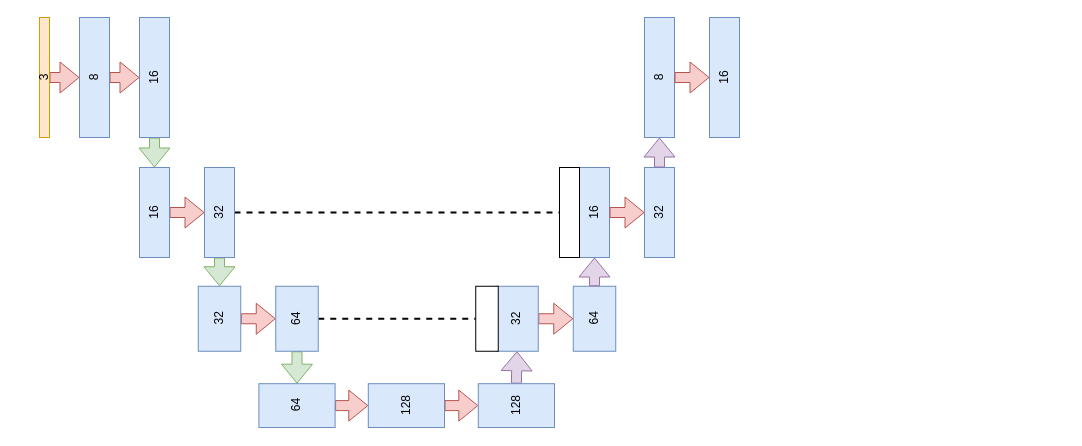
Earlier version of the draw.io diagram oyvin_code/Model.drawio (oyvinkm/Biomedical_Image_Segmentation). Source tidied: cells renumbered, new cells numbered last; positions are measured from the earlier drawing's top-left corner, leaving out a move shared by most shapes. Both pictures are drawn from the tidied source at 100%, with x=0, y=0 at pixel (-16, 62).
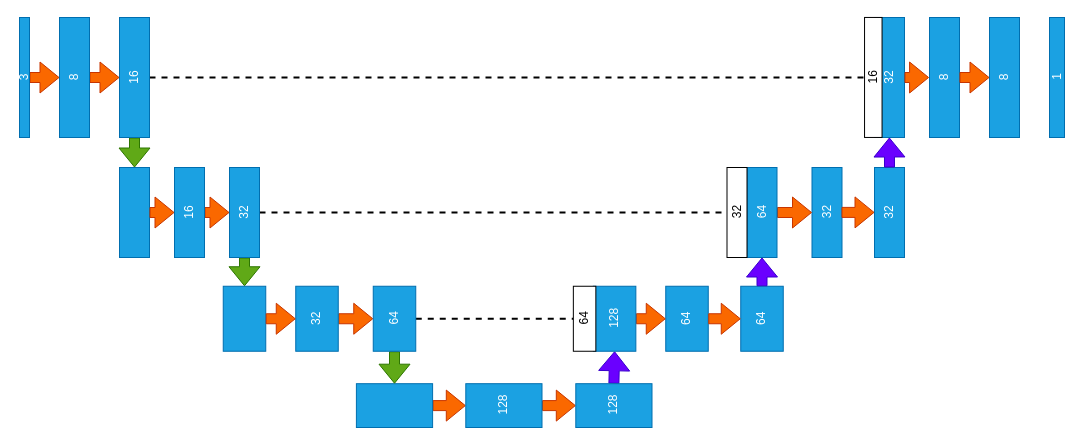
The same page after the edit.

Diff of the diagram source:
```diff
@@
-    <mxCell id="2" style="edgeStyle=orthogonalEdgeStyle;shape=flexArrow;rounded=0;jettySize=auto;html=1;exitX=0.5;exitY=1;exitDx=0;exitDy=0;entryX=0.5;entryY=0;entryDx=0;entryDy=0;fillColor=#f8cecc;strokeColor=#b85450;" parent="1" edge="1" source="3" target="5">
+    <mxCell id="2" style="edgeStyle=orthogonalEdgeStyle;shape=flexArrow;rounded=0;jettySize=auto;html=1;exitX=0.5;exitY=1;exitDx=0;exitDy=0;entryX=0.5;entryY=0;entryDx=0;entryDy=0;fillColor=#fa6800;strokeColor=#C73500;" parent="1" edge="1" source="3" target="5">
       <mxGeometry relative="1" as="geometry" />
     </mxCell>
-    <mxCell id="3" value="3" style="rounded=0;whiteSpace=wrap;html=1;rotation=-90;fillColor=#ffe6cc;strokeColor=#d79b00;" parent="1" vertex="1">
-      <mxGeometry y="10" width="120" height="10" as="geometry" />
+    <mxCell id="3" value="3" style="rounded=0;whiteSpace=wrap;html=1;rotation=-90;fillColor=#1ba1e2;strokeColor=#006EAF;fontColor=#ffffff;" parent="1" vertex="1">
+      <mxGeometry x="-20" y="10" width="120" height="10" as="geometry" />
     </mxCell>
-    <mxCell id="4" style="edgeStyle=orthogonalEdgeStyle;shape=flexArrow;rounded=0;jettySize=auto;html=1;exitX=0.5;exitY=1;exitDx=0;exitDy=0;entryX=0.5;entryY=0;entryDx=0;entryDy=0;fillColor=#f8cecc;strokeColor=#b85450;" parent="1" edge="1" source="5" target="7">
+    <mxCell id="4" style="edgeStyle=orthogonalEdgeStyle;shape=flexArrow;rounded=0;jettySize=auto;html=1;exitX=0.5;exitY=1;exitDx=0;exitDy=0;entryX=0.5;entryY=0;entryDx=0;entryDy=0;fillColor=#fa6800;strokeColor=#C73500;" parent="1" edge="1" source="5" target="7">
       <mxGeometry relative="1" as="geometry" />
     </mxCell>
-    <mxCell id="5" value="8" style="rounded=0;whiteSpace=wrap;html=1;rotation=-90;fillColor=#dae8fc;strokeColor=#6c8ebf;" parent="1" vertex="1">
-      <mxGeometry x="50" width="120" height="30" as="geometry" />
+    <mxCell id="5" value="8" style="rounded=0;whiteSpace=wrap;html=1;rotation=-90;fillColor=#1ba1e2;strokeColor=#006EAF;fontColor=#ffffff;" parent="1" vertex="1">
+      <mxGeometry x="30" width="120" height="30" as="geometry" />
     </mxCell>
-    <mxCell id="6" style="edgeStyle=orthogonalEdgeStyle;shape=flexArrow;rounded=0;jettySize=auto;html=1;exitX=0;exitY=0.5;exitDx=0;exitDy=0;entryX=1;entryY=0.5;entryDx=0;entryDy=0;fillColor=#d5e8d4;strokeColor=#82b366;" parent="1" edge="1" source="7" target="9">
+    <mxCell id="6" style="edgeStyle=orthogonalEdgeStyle;shape=flexArrow;rounded=0;jettySize=auto;html=1;exitX=0;exitY=0.5;exitDx=0;exitDy=0;fillColor=#60a917;strokeColor=#2D7600;entryX=1;entryY=0.5;entryDx=0;entryDy=0;" parent="1" edge="1" source="7" target="41">
       <mxGeometry relative="1" as="geometry" />
     </mxCell>
+    <mxCell id="37" style="edgeStyle=orthogonalEdgeStyle;rounded=0;jettySize=auto;html=1;exitX=0.5;exitY=1;exitDx=0;exitDy=0;entryX=0.5;entryY=0;entryDx=0;entryDy=0;dashed=1;endArrow=none;endFill=0;strokeColor=default;strokeWidth=2;" parent="1" edge="1" source="7" target="33">
+      <mxGeometry relative="1" as="geometry" />
+    </mxCell>
-    <mxCell id="7" value="16" style="rounded=0;whiteSpace=wrap;html=1;rotation=-90;fillColor=#dae8fc;strokeColor=#6c8ebf;" parent="1" vertex="1">
-      <mxGeometry x="110" width="120" height="30" as="geometry" />
+    <mxCell id="7" value="16" style="rounded=0;whiteSpace=wrap;html=1;rotation=-90;fillColor=#1ba1e2;strokeColor=#006EAF;fontColor=#ffffff;" parent="1" vertex="1">
+      <mxGeometry x="90" width="120" height="30" as="geometry" />
     </mxCell>
-    <mxCell id="8" style="edgeStyle=orthogonalEdgeStyle;shape=flexArrow;rounded=0;jettySize=auto;html=1;exitX=0.5;exitY=1;exitDx=0;exitDy=0;entryX=0.5;entryY=0;entryDx=0;entryDy=0;fillColor=#f8cecc;strokeColor=#b85450;" parent="1" edge="1" source="9" target="14">
+    <mxCell id="8" style="edgeStyle=orthogonalEdgeStyle;shape=flexArrow;rounded=0;jettySize=auto;html=1;exitX=0.5;exitY=1;exitDx=0;exitDy=0;entryX=0.5;entryY=0;entryDx=0;entryDy=0;fillColor=#fa6800;strokeColor=#C73500;" parent="1" edge="1" source="9" target="14">
       <mxGeometry relative="1" as="geometry" />
     </mxCell>
-    <mxCell id="9" value="16" style="rounded=0;whiteSpace=wrap;html=1;rotation=-90;fillColor=#dae8fc;strokeColor=#6c8ebf;" parent="1" vertex="1">
-      <mxGeometry x="125" y="135" width="90" height="30" as="geometry" />
+    <mxCell id="9" value="16" style="rounded=0;whiteSpace=wrap;html=1;rotation=-90;fillColor=#1ba1e2;strokeColor=#006EAF;fontColor=#ffffff;" parent="1" vertex="1">
+      <mxGeometry x="160" y="135" width="90" height="30" as="geometry" />
     </mxCell>
-    <mxCell id="10" style="edgeStyle=orthogonalEdgeStyle;shape=flexArrow;rounded=0;jettySize=auto;html=1;exitX=0.5;exitY=1;exitDx=0;exitDy=0;entryX=0.5;entryY=0;entryDx=0;entryDy=0;fillColor=#f8cecc;strokeColor=#b85450;" parent="1" edge="1" source="11" target="19">
+    <mxCell id="10" style="edgeStyle=orthogonalEdgeStyle;shape=flexArrow;rounded=0;jettySize=auto;html=1;exitX=0.5;exitY=1;exitDx=0;exitDy=0;entryX=0.5;entryY=0;entryDx=0;entryDy=0;fillColor=#fa6800;strokeColor=#C73500;" parent="1" edge="1" source="11" target="19">
       <mxGeometry relative="1" as="geometry" />
     </mxCell>
-    <mxCell id="11" value="32" style="rounded=0;whiteSpace=wrap;html=1;rotation=-90;fillColor=#dae8fc;strokeColor=#6c8ebf;" parent="1" vertex="1">
-      <mxGeometry x="202.5" y="235" width="65" height="42.5" as="geometry" />
+    <mxCell id="11" value="32" style="rounded=0;whiteSpace=wrap;html=1;rotation=-90;fillColor=#1ba1e2;strokeColor=#006EAF;fontColor=#ffffff;" parent="1" vertex="1">
+      <mxGeometry x="300" y="235" width="65" height="42.5" as="geometry" />
     </mxCell>
-    <mxCell id="12" style="edgeStyle=orthogonalEdgeStyle;shape=flexArrow;rounded=0;jettySize=auto;html=1;exitX=0;exitY=0.5;exitDx=0;exitDy=0;entryX=1;entryY=0.5;entryDx=0;entryDy=0;fillColor=#d5e8d4;strokeColor=#82b366;" parent="1" edge="1" source="14" target="11">
+    <mxCell id="12" style="edgeStyle=orthogonalEdgeStyle;shape=flexArrow;rounded=0;jettySize=auto;html=1;exitX=0;exitY=0.5;exitDx=0;exitDy=0;fillColor=#60a917;strokeColor=#2D7600;entryX=1;entryY=0.5;entryDx=0;entryDy=0;" parent="1" edge="1" source="14" target="43">
       <mxGeometry relative="1" as="geometry" />
     </mxCell>
@@
-    <mxCell id="14" value="32" style="rounded=0;whiteSpace=wrap;html=1;rotation=-90;fillColor=#dae8fc;strokeColor=#6c8ebf;" parent="1" vertex="1">
-      <mxGeometry x="190" y="135" width="90" height="30" as="geometry" />
+    <mxCell id="14" value="32" style="rounded=0;whiteSpace=wrap;html=1;rotation=-90;fillColor=#1ba1e2;strokeColor=#006EAF;fontColor=#ffffff;" parent="1" vertex="1">
+      <mxGeometry x="215" y="135" width="90" height="30" as="geometry" />
     </mxCell>
-    <mxCell id="15" style="edgeStyle=orthogonalEdgeStyle;shape=flexArrow;rounded=0;jettySize=auto;html=1;exitX=0.5;exitY=1;exitDx=0;exitDy=0;entryX=0.5;entryY=0;entryDx=0;entryDy=0;fillColor=#f8cecc;strokeColor=#b85450;" parent="1" edge="1" source="16" target="21">
+    <mxCell id="15" style="edgeStyle=orthogonalEdgeStyle;shape=flexArrow;rounded=0;jettySize=auto;html=1;exitX=0.5;exitY=1;exitDx=0;exitDy=0;entryX=0.5;entryY=0;entryDx=0;entryDy=0;fillColor=#fa6800;strokeColor=#C73500;" parent="1" edge="1" source="16" target="21">
       <mxGeometry relative="1" as="geometry" />
     </mxCell>
-    <mxCell id="16" value="64" style="rounded=0;whiteSpace=wrap;html=1;rotation=-90;fillColor=#dae8fc;strokeColor=#6c8ebf;" parent="1" vertex="1">
-      <mxGeometry x="290.6" y="305" width="43.8" height="76.2" as="geometry" />
+    <mxCell id="16" style="rounded=0;whiteSpace=wrap;html=1;rotation=-90;fillColor=#1ba1e2;strokeColor=#006EAF;fontColor=#ffffff;" parent="1" vertex="1">
+      <mxGeometry x="388.1" y="305" width="43.8" height="76.2" as="geometry" />
     </mxCell>
-    <mxCell id="17" style="edgeStyle=orthogonalEdgeStyle;shape=flexArrow;rounded=0;jettySize=auto;html=1;exitX=0;exitY=0.5;exitDx=0;exitDy=0;entryX=1;entryY=0.5;entryDx=0;entryDy=0;fillColor=#d5e8d4;strokeColor=#82b366;" parent="1" edge="1" source="19" target="16">
+    <mxCell id="17" style="edgeStyle=orthogonalEdgeStyle;shape=flexArrow;rounded=0;jettySize=auto;html=1;exitX=0;exitY=0.5;exitDx=0;exitDy=0;entryX=1;entryY=0.5;entryDx=0;entryDy=0;fillColor=#60a917;strokeColor=#2D7600;" parent="1" edge="1" source="19" target="16">
       <mxGeometry relative="1" as="geometry" />
     </mxCell>
@@
-    <mxCell id="19" value="64" style="rounded=0;whiteSpace=wrap;html=1;rotation=-90;fillColor=#dae8fc;strokeColor=#6c8ebf;" parent="1" vertex="1">
-      <mxGeometry x="280" y="235" width="65" height="42.5" as="geometry" />
+    <mxCell id="19" value="64" style="rounded=0;whiteSpace=wrap;html=1;rotation=-90;fillColor=#1ba1e2;strokeColor=#006EAF;fontColor=#ffffff;" parent="1" vertex="1">
+      <mxGeometry x="377.5" y="235" width="65" height="42.5" as="geometry" />
     </mxCell>
-    <mxCell id="20" style="edgeStyle=orthogonalEdgeStyle;shape=flexArrow;rounded=0;jettySize=auto;html=1;exitX=0.5;exitY=1;exitDx=0;exitDy=0;entryX=0.5;entryY=0;entryDx=0;entryDy=0;fillColor=#f8cecc;strokeColor=#b85450;" parent="1" edge="1" source="21" target="23">
+    <mxCell id="20" style="edgeStyle=orthogonalEdgeStyle;shape=flexArrow;rounded=0;jettySize=auto;html=1;exitX=0.5;exitY=1;exitDx=0;exitDy=0;entryX=0.5;entryY=0;entryDx=0;entryDy=0;fillColor=#fa6800;strokeColor=#C73500;" parent="1" edge="1" source="21" target="23">
       <mxGeometry relative="1" as="geometry" />
     </mxCell>
-    <mxCell id="21" value="128" style="rounded=0;whiteSpace=wrap;html=1;rotation=-90;fillColor=#dae8fc;strokeColor=#6c8ebf;" parent="1" vertex="1">
-      <mxGeometry x="400" y="305" width="43.8" height="76.2" as="geometry" />
+    <mxCell id="21" value="128" style="rounded=0;whiteSpace=wrap;html=1;rotation=-90;fillColor=#1ba1e2;strokeColor=#006EAF;fontColor=#ffffff;" parent="1" vertex="1">
+      <mxGeometry x="497.5" y="305" width="43.8" height="76.2" as="geometry" />
     </mxCell>
-    <mxCell id="22" style="edgeStyle=orthogonalEdgeStyle;shape=flexArrow;rounded=0;jettySize=auto;html=1;exitX=1;exitY=0.5;exitDx=0;exitDy=0;entryX=0;entryY=0.5;entryDx=0;entryDy=0;fillColor=#e1d5e7;strokeColor=#9673a6;" parent="1" edge="1" source="23" target="26">
+    <mxCell id="22" style="edgeStyle=orthogonalEdgeStyle;shape=flexArrow;rounded=0;jettySize=auto;html=1;exitX=1;exitY=0.5;exitDx=0;exitDy=0;entryX=0;entryY=0.5;entryDx=0;entryDy=0;fillColor=#6a00ff;strokeColor=#3700CC;" parent="1" edge="1" source="23" target="26">
       <mxGeometry relative="1" as="geometry" />
     </mxCell>
-    <mxCell id="23" value="128" style="rounded=0;whiteSpace=wrap;html=1;rotation=-90;fillColor=#dae8fc;strokeColor=#6c8ebf;" parent="1" vertex="1">
-      <mxGeometry x="510" y="305" width="43.8" height="76.2" as="geometry" />
+    <mxCell id="23" value="128" style="rounded=0;whiteSpace=wrap;html=1;rotation=-90;fillColor=#1ba1e2;strokeColor=#006EAF;fontColor=#ffffff;" parent="1" vertex="1">
+      <mxGeometry x="607.5" y="305" width="43.8" height="76.2" as="geometry" />
     </mxCell>
-    <mxCell id="24" value="64" style="rounded=0;whiteSpace=wrap;html=1;rotation=-90;fillColor=#dae8fc;strokeColor=#6c8ebf;" parent="1" vertex="1">
-      <mxGeometry x="577.5" y="235" width="65" height="42.5" as="geometry" />
+    <mxCell id="24" value="64" style="rounded=0;whiteSpace=wrap;html=1;rotation=-90;fillColor=#1ba1e2;strokeColor=#006EAF;fontColor=#ffffff;" parent="1" vertex="1">
+      <mxGeometry x="745" y="235" width="65" height="42.5" as="geometry" />
     </mxCell>
-    <mxCell id="25" style="edgeStyle=orthogonalEdgeStyle;shape=flexArrow;rounded=0;jettySize=auto;html=1;exitX=0.5;exitY=1;exitDx=0;exitDy=0;entryX=0.5;entryY=0;entryDx=0;entryDy=0;fillColor=#f8cecc;strokeColor=#b85450;" parent="1" edge="1" source="26" target="24">
-      <mxGeometry relative="1" as="geometry" />
-    </mxCell>
-    <mxCell id="26" value="32" style="rounded=0;whiteSpace=wrap;html=1;rotation=-90;fillColor=#dae8fc;strokeColor=#6c8ebf;" parent="1" vertex="1">
-      <mxGeometry x="500" y="235" width="65" height="42.5" as="geometry" />
-    </mxCell>
-    <mxCell id="27" value="32" style="rounded=0;whiteSpace=wrap;html=1;rotation=-90;fillColor=#dae8fc;strokeColor=#6c8ebf;" parent="1" vertex="1">
-      <mxGeometry x="630" y="135" width="90" height="30" as="geometry" />
+    <mxCell id="27" value="32" style="rounded=0;whiteSpace=wrap;html=1;rotation=-90;fillColor=#1ba1e2;strokeColor=#006EAF;fontColor=#ffffff;" parent="1" vertex="1">
+      <mxGeometry x="797.5" y="135" width="90" height="30" as="geometry" />
     </mxCell>
-    <mxCell id="28" value="16" style="rounded=0;whiteSpace=wrap;html=1;rotation=-90;fillColor=#dae8fc;strokeColor=#6c8ebf;" parent="1" vertex="1">
-      <mxGeometry x="565" y="135" width="90" height="30" as="geometry" />
-    </mxCell>
-    <mxCell id="29" style="rounded=0;whiteSpace=wrap;html=1;rotation=-90;" parent="1" vertex="1">
-      <mxGeometry x="470" y="245" width="65" height="22.5" as="geometry" />
-    </mxCell>
-    <mxCell id="30" style="rounded=0;whiteSpace=wrap;html=1;rotation=-90;" parent="1" vertex="1">
-      <mxGeometry x="540" y="140" width="90" height="20" as="geometry" />
-    </mxCell>
-    <mxCell id="31" style="edgeStyle=orthogonalEdgeStyle;shape=flexArrow;rounded=0;jettySize=auto;html=1;exitX=0.5;exitY=1;exitDx=0;exitDy=0;entryX=0.5;entryY=0;entryDx=0;entryDy=0;fillColor=#f8cecc;strokeColor=#b85450;" parent="1" edge="1" source="28" target="27">
+    <mxCell id="31" style="edgeStyle=orthogonalEdgeStyle;shape=flexArrow;rounded=0;jettySize=auto;html=1;exitX=0.5;exitY=1;exitDx=0;exitDy=0;entryX=0.5;entryY=0;entryDx=0;entryDy=0;fillColor=#fa6800;strokeColor=#C73500;" parent="1" edge="1" source="28" target="27">
       <mxGeometry relative="1" as="geometry" />
     </mxCell>
-    <mxCell id="32" style="edgeStyle=orthogonalEdgeStyle;shape=flexArrow;rounded=0;jettySize=auto;html=1;entryX=0;entryY=0.5;entryDx=0;entryDy=0;fillColor=#e1d5e7;strokeColor=#9673a6;exitX=1;exitY=0.5;exitDx=0;exitDy=0;" parent="1" edge="1" source="24" target="28">
+    <mxCell id="32" style="edgeStyle=orthogonalEdgeStyle;shape=flexArrow;rounded=0;jettySize=auto;html=1;entryX=0;entryY=0.5;entryDx=0;entryDy=0;fillColor=#6a00ff;strokeColor=#3700CC;exitX=1;exitY=0.5;exitDx=0;exitDy=0;" parent="1" edge="1" source="24" target="28">
       <mxGeometry relative="1" as="geometry" />
     </mxCell>
+    <mxCell id="34" value="8" style="rounded=0;whiteSpace=wrap;html=1;rotation=-90;fillColor=#1ba1e2;strokeColor=#006EAF;imageAspect=0;fontColor=#ffffff;" parent="1" vertex="1">
+      <mxGeometry x="900" width="120" height="30" as="geometry" />
+    </mxCell>
+    <mxCell id="38" value="64" style="rounded=0;whiteSpace=wrap;html=1;rotation=-90;fillColor=#1ba1e2;strokeColor=#006EAF;fontColor=#ffffff;" parent="1" vertex="1">
+      <mxGeometry x="670" y="235" width="65" height="42.5" as="geometry" />
+    </mxCell>
+    <mxCell id="39" style="edgeStyle=orthogonalEdgeStyle;shape=flexArrow;rounded=0;jettySize=auto;html=1;exitX=0.5;exitY=1;exitDx=0;exitDy=0;fillColor=#fa6800;strokeColor=#C73500;entryX=0.5;entryY=0;entryDx=0;entryDy=0;" parent="1" edge="1" source="26" target="38">
+      <mxGeometry relative="1" as="geometry" />
+    </mxCell>
+    <mxCell id="40" style="edgeStyle=orthogonalEdgeStyle;shape=flexArrow;rounded=0;jettySize=auto;html=1;fillColor=#fa6800;strokeColor=#C73500;entryX=0.5;entryY=0;entryDx=0;entryDy=0;exitX=0.5;exitY=1;exitDx=0;exitDy=0;" parent="1" edge="1" source="38" target="24">
+      <mxGeometry relative="1" as="geometry" />
+    </mxCell>
+    <mxCell id="41" style="rounded=0;whiteSpace=wrap;html=1;rotation=-90;fillColor=#1ba1e2;strokeColor=#006EAF;fontColor=#ffffff;" parent="1" vertex="1">
+      <mxGeometry x="105" y="135" width="90" height="30" as="geometry" />
+    </mxCell>
+    <mxCell id="42" style="edgeStyle=orthogonalEdgeStyle;shape=flexArrow;rounded=0;jettySize=auto;html=1;exitX=0.5;exitY=1;exitDx=0;exitDy=0;fillColor=#fa6800;strokeColor=#C73500;entryX=0.5;entryY=0;entryDx=0;entryDy=0;" parent="1" edge="1" source="41" target="9">
+      <mxGeometry relative="1" as="geometry" />
+    </mxCell>
+    <mxCell id="43" style="rounded=0;whiteSpace=wrap;html=1;rotation=-90;fillColor=#1ba1e2;strokeColor=#006EAF;fontColor=#ffffff;" parent="1" vertex="1">
+      <mxGeometry x="227.5" y="235" width="65" height="42.5" as="geometry" />
+    </mxCell>
+    <mxCell id="44" style="edgeStyle=orthogonalEdgeStyle;shape=flexArrow;rounded=0;jettySize=auto;html=1;exitX=0.5;exitY=1;exitDx=0;exitDy=0;fillColor=#fa6800;strokeColor=#C73500;entryX=0.5;entryY=0;entryDx=0;entryDy=0;" parent="1" edge="1" source="43" target="11">
+      <mxGeometry relative="1" as="geometry" />
+    </mxCell>
+    <mxCell id="45" value="32" style="rounded=0;whiteSpace=wrap;html=1;rotation=-90;fillColor=#1ba1e2;strokeColor=#006EAF;fontColor=#ffffff;" parent="1" vertex="1">
+      <mxGeometry x="860" y="135" width="90" height="30" as="geometry" />
+    </mxCell>
+    <mxCell id="46" style="edgeStyle=orthogonalEdgeStyle;shape=flexArrow;rounded=0;jettySize=auto;html=1;exitX=0.5;exitY=1;exitDx=0;exitDy=0;fillColor=#fa6800;strokeColor=#C73500;entryX=0.5;entryY=0;entryDx=0;entryDy=0;" parent="1" edge="1" target="45">
+      <mxGeometry relative="1" as="geometry">
+        <mxPoint x="857" y="149.9" as="sourcePoint" />
+      </mxGeometry>
+    </mxCell>
+    <mxCell id="47" style="edgeStyle=orthogonalEdgeStyle;shape=flexArrow;rounded=0;jettySize=auto;html=1;entryX=0;entryY=0.5;entryDx=0;entryDy=0;fillColor=#6a00ff;strokeColor=#3700CC;exitX=1;exitY=0.5;exitDx=0;exitDy=0;" parent="1" edge="1" source="45">
+      <mxGeometry relative="1" as="geometry">
+        <mxPoint x="904.9" y="75" as="targetPoint" />
+      </mxGeometry>
+    </mxCell>
+    <mxCell id="48" style="group;" parent="1" vertex="1">
+      <mxGeometry x="880" y="-45" width="40" height="120" as="geometry" />
+    </mxCell>
-    <mxCell id="33" value="8" style="rounded=0;whiteSpace=wrap;html=1;rotation=-90;fillColor=#dae8fc;strokeColor=#6c8ebf;imageAspect=0;" parent="1" vertex="1">
-      <mxGeometry x="615" width="120" height="30" as="geometry" />
+    <mxCell id="33" value="32" style="rounded=0;whiteSpace=wrap;html=1;rotation=-90;fillColor=#1ba1e2;strokeColor=#006EAF;imageAspect=0;fontColor=#ffffff;" parent="48" vertex="1">
+      <mxGeometry x="-35" y="45" width="120" height="30" as="geometry" />
     </mxCell>
-    <mxCell id="34" value="16" style="rounded=0;whiteSpace=wrap;html=1;rotation=-90;fillColor=#dae8fc;strokeColor=#6c8ebf;imageAspect=0;" parent="1" vertex="1">
-      <mxGeometry x="680" width="120" height="30" as="geometry" />
-    </mxCell>
-    <mxCell id="35" style="edgeStyle=orthogonalEdgeStyle;shape=flexArrow;rounded=0;jettySize=auto;html=1;entryX=0;entryY=0.5;entryDx=0;entryDy=0;fillColor=#e1d5e7;strokeColor=#9673a6;" parent="1" edge="1" target="33">
-      <mxGeometry relative="1" as="geometry">
-        <mxPoint x="675" y="105" as="sourcePoint" />
-      </mxGeometry>
-    </mxCell>
+    <mxCell id="49" value="16" style="rounded=0;whiteSpace=wrap;html=1;rotation=-90;imageAspect=0;" parent="48" vertex="1">
+      <mxGeometry x="-51.2" y="51.2" width="120" height="17.5" as="geometry" />
+    </mxCell>
-    <mxCell id="36" style="edgeStyle=orthogonalEdgeStyle;shape=flexArrow;rounded=0;jettySize=auto;html=1;exitX=0.5;exitY=1;exitDx=0;exitDy=0;entryX=0.5;entryY=0;entryDx=0;entryDy=0;fillColor=#f8cecc;strokeColor=#b85450;" parent="1" edge="1" source="33" target="34">
+    <mxCell id="36" style="edgeStyle=orthogonalEdgeStyle;shape=flexArrow;rounded=0;jettySize=auto;html=1;exitX=0.5;exitY=1;exitDx=0;exitDy=0;fillColor=#fa6800;strokeColor=#C73500;entryX=0.5;entryY=-0.014;entryDx=0;entryDy=0;entryPerimeter=0;" parent="1" edge="1" source="33" target="34">
       <mxGeometry relative="1" as="geometry" />
     </mxCell>
+    <mxCell id="50" value="8" style="rounded=0;whiteSpace=wrap;html=1;rotation=-90;fillColor=#1ba1e2;strokeColor=#006EAF;imageAspect=0;fontColor=#ffffff;" parent="1" vertex="1">
+      <mxGeometry x="960" width="120" height="30" as="geometry" />
+    </mxCell>
+    <mxCell id="51" style="edgeStyle=orthogonalEdgeStyle;shape=flexArrow;rounded=0;jettySize=auto;html=1;exitX=0.5;exitY=1;exitDx=0;exitDy=0;fillColor=#fa6800;strokeColor=#C73500;entryX=0.5;entryY=0;entryDx=0;entryDy=0;" parent="1" edge="1" source="34" target="50">
+      <mxGeometry relative="1" as="geometry" />
+    </mxCell>
+    <mxCell id="52" value="1" style="rounded=0;whiteSpace=wrap;html=1;rotation=-90;fillColor=#1ba1e2;strokeColor=#006EAF;imageAspect=0;fontColor=#ffffff;" parent="1" vertex="1">
+      <mxGeometry x="1012.5" y="7.5" width="120" height="15" as="geometry" />
+    </mxCell>
+    <mxCell id="53" style="group;" parent="1" vertex="1">
+      <mxGeometry x="742.5" y="105" width="50" height="90" as="geometry" />
+    </mxCell>
+    <mxCell id="28" value="64" style="rounded=0;whiteSpace=wrap;html=1;rotation=-90;fillColor=#1ba1e2;strokeColor=#006EAF;fontColor=#ffffff;" parent="53" vertex="1">
+      <mxGeometry x="-10" y="30" width="90" height="30" as="geometry" />
+    </mxCell>
+    <mxCell id="30" value="32" style="rounded=0;whiteSpace=wrap;html=1;rotation=-90;" parent="53" vertex="1">
+      <mxGeometry x="-35" y="35" width="90" height="20" as="geometry" />
+    </mxCell>
+    <mxCell id="54" style="group;" parent="1" vertex="1">
+      <mxGeometry x="588.8" y="223.8" width="62.5" height="65" as="geometry" />
+    </mxCell>
+    <mxCell id="26" value="128" style="rounded=0;whiteSpace=wrap;html=1;rotation=-90;fillColor=#1ba1e2;strokeColor=#006EAF;fontColor=#ffffff;" parent="54" vertex="1">
+      <mxGeometry x="8.8" y="11.2" width="65" height="42.5" as="geometry" />
+    </mxCell>
+    <mxCell id="29" value="64" style="rounded=0;whiteSpace=wrap;html=1;rotation=-90;" parent="54" vertex="1">
+      <mxGeometry x="-21.2" y="21.2" width="65" height="22.5" as="geometry" />
+    </mxCell>
```
